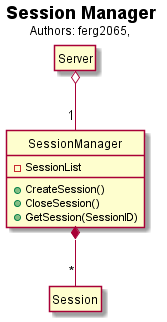
Before: hw3/Server/server_sessionmanager.png, a diagram exported from PlantUML (voxelv/sQuire_kw).
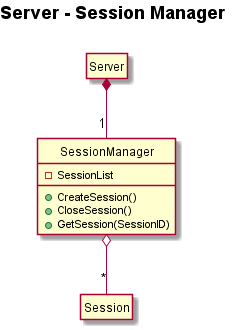
The same diagram one commit later.

What changed in the source:
```diff
@@ -2,7 +2,7 @@
 hide circle
 hide empty members
 
-Title <b>Session Manager</b>\n<size:12>Authors: ferg2065, </size>
+Title <b>Server - Session Manager</b>\n
 
 class "Server" as sqs
 class "SessionManager" as sqs_se_m{
@@ -14,8 +14,8 @@
 class "Session" as sqs_se
 
 
-sqs o-- "1" sqs_se_m
-sqs_se_m *-- "*" sqs_se
+sqs *-- "1" sqs_se_m
+sqs_se_m o-- "*" sqs_se
 
 
 @enduml
```
